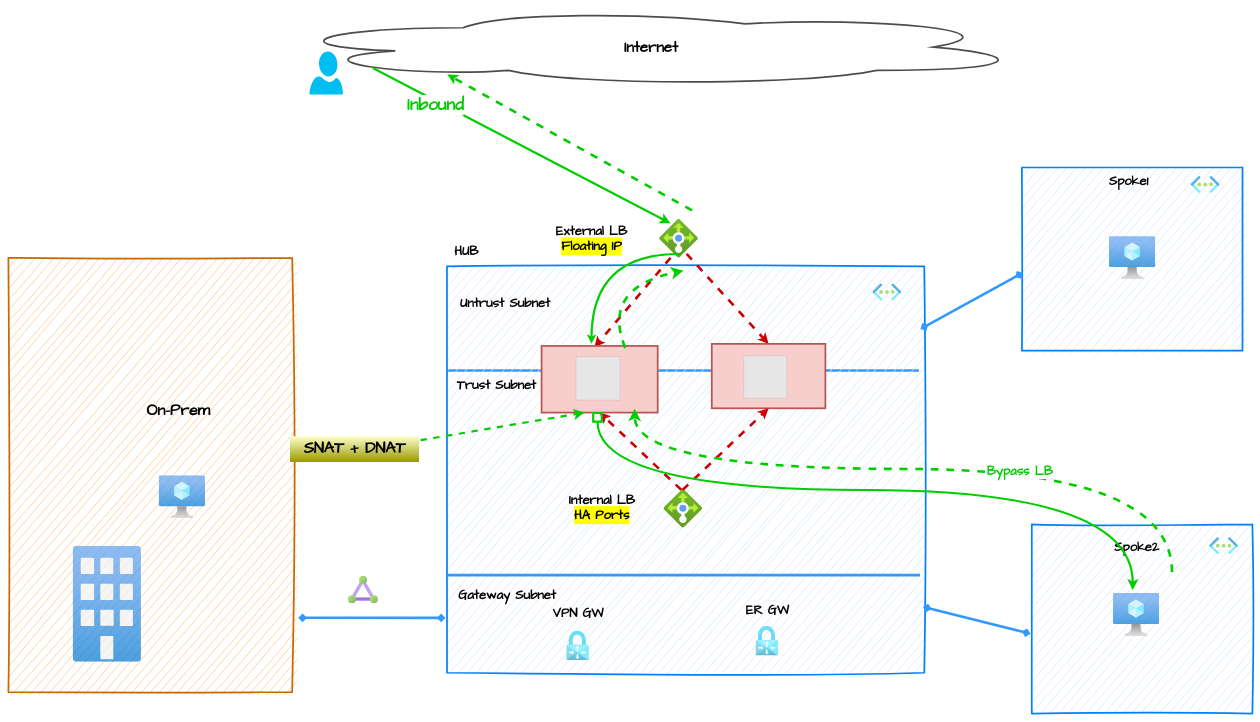
The draw.io diagram diagrams/NVA-ha.drawio in nehalineogi/azure-networking, before the edit. Source tidied: cells renumbered, new cells numbered last; positions are measured from the earlier drawing's top-left corner, leaving out a move shared by most shapes. Both pictures are drawn from the tidied source at 43%, with x=0, y=0 at pixel (8, 8). Pictures stored in the file or linked from it are replaced by grey dashed boxes.
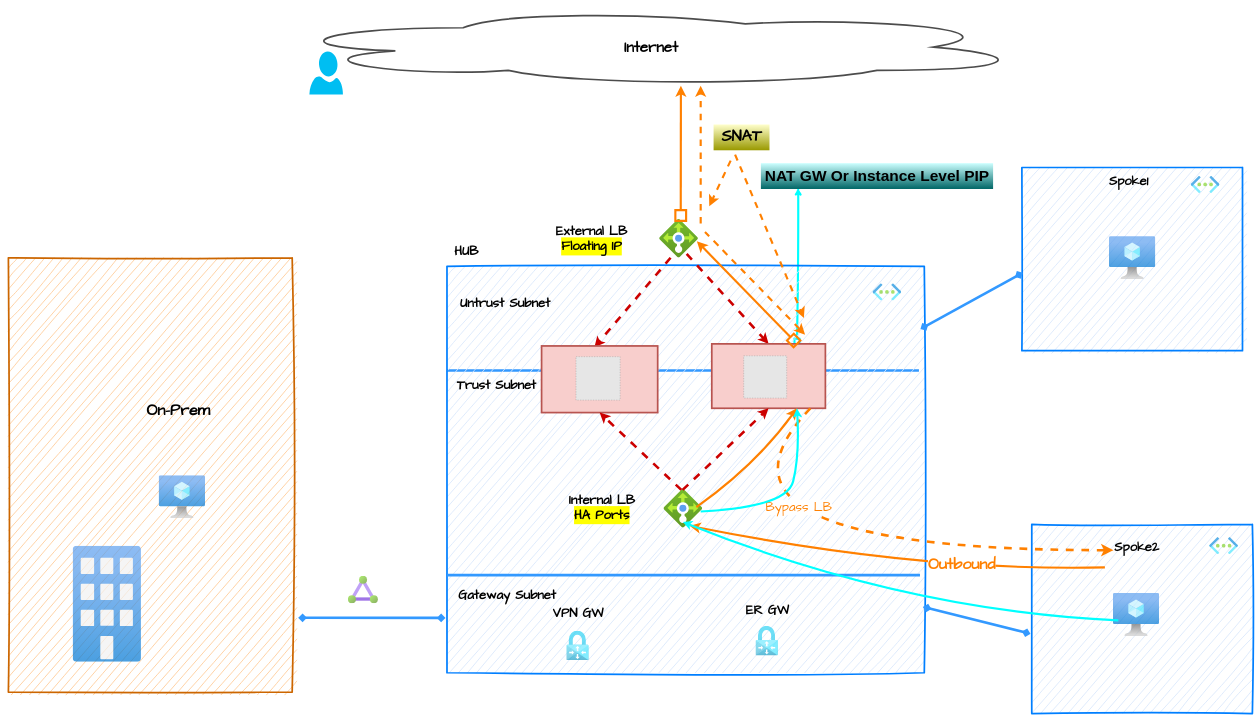
The same page after the edit.

The change refers to these unchanged cells:
```xml
<mxCell id="10" style="html=1;points=[];align=center;image;fontSize=12;image=img/lib/azure2/compute/Virtual_Machine.svg;rounded=0;glass=0;labelBackgroundColor=default;sketch=0;fillStyle=hachure;strokeWidth=0;fontFamily=Comic Sans MS;fontColor=#000000;fillColor=none;opacity=70;labelBorderColor=#000000;strokeColor=#000000;" parent="3" vertex="1">
  <mxGeometry x="2569" y="1360" width="107.8" height="100" as="geometry" />
</mxCell>
<mxCell id="20" value="&lt;font size=&quot;1&quot; style=&quot;&quot;&gt;&lt;b style=&quot;font-size: 35px;&quot;&gt;Internet&lt;/b&gt;&lt;/font&gt;" style="ellipse;shape=cloud;whiteSpace=wrap;html=1;rounded=0;glass=0;labelBackgroundColor=default;sketch=0;fillStyle=auto;strokeColor=#000000;strokeWidth=4;fontFamily=Comic Sans MS;fontSize=25;fontColor=#000000;fillColor=none;gradientColor=none;opacity=70;labelBorderColor=none;" parent="3" vertex="1">
  <mxGeometry x="620" width="1750" height="180" as="geometry" />
</mxCell>
<mxCell id="36" style="whiteSpace=wrap;html=1;labelBackgroundColor=none;labelBorderColor=none;fillStyle=auto;strokeColor=#b85450;strokeWidth=4;fontFamily=Comic Sans MS;fontSize=30;fillColor=#f8cecc;" parent="35" vertex="1">
  <mxGeometry x="1635.8" y="780.2" width="264.2" height="149.8" as="geometry" />
</mxCell>
<mxCell id="38" style="html=1;points=[];align=center;image;fontSize=12;image=img/lib/azure2/networking/Load_Balancers.svg;rounded=0;shadow=0;labelBackgroundColor=none;labelBorderColor=none;sketch=1;fillWeight=-1;hachureGap=-1;hachureAngle=-41;jiggle=2;disableMultiStroke=1;disableMultiStrokeFill=1;fillStyle=auto;curveFitting=1;sketchStyle=rough;strokeColor=#6c8ebf;strokeWidth=3;fontFamily=Comic Sans MS;fontColor=rgb(0, 0, 0);fillColor=#A9C4EB;" parent="35" vertex="1">
  <mxGeometry x="1524" y="1118" width="90" height="90" as="geometry" />
</mxCell>
<mxCell id="39" style="html=1;points=[];align=center;image;fontSize=12;image=img/lib/azure2/networking/Load_Balancers.svg;rounded=0;shadow=0;labelBackgroundColor=none;labelBorderColor=none;sketch=1;fillWeight=-1;hachureGap=-1;hachureAngle=-41;jiggle=2;disableMultiStroke=1;disableMultiStrokeFill=1;fillStyle=auto;curveFitting=1;sketchStyle=rough;strokeColor=#6c8ebf;strokeWidth=3;fontFamily=Comic Sans MS;fontColor=rgb(0, 0, 0);fillColor=#A9C4EB;" parent="35" vertex="1">
  <mxGeometry x="1514" y="490" width="90" height="90" as="geometry" />
</mxCell>
```

What changed in the source:
```diff
@@
-    <mxCell id="2" style="html=1;align=center;image;fontSize=12;image=img/lib/azure2/networking/ExpressRoute_Circuits.svg;rounded=0;glass=0;labelBackgroundColor=#66B2FF;sketch=1;fillStyle=hachure;fontFamily=Comic Sans MS;fontColor=#000000;opacity=70;" parent="1" vertex="1">
-      <mxGeometry x="790" y="1320" width="70" height="64" as="geometry" />
-    </mxCell>
+    <mxCell id="58" style="edgeStyle=none;sketch=1;hachureGap=4;jiggle=2;curveFitting=1;html=1;exitX=0.75;exitY=0;exitDx=0;exitDy=0;entryX=0.161;entryY=0.937;entryDx=0;entryDy=0;entryPerimeter=0;fontFamily=Helvetica;fontSize=36;startArrow=box;startFill=0;strokeColor=#00FFFF;strokeWidth=5;disableMultiStroke=1;" parent="1" edge="1" source="36" target="72">
+      <mxGeometry relative="1" as="geometry" />
+    </mxCell>
@@
+    <mxCell id="2" style="html=1;align=center;image;fontSize=12;image=img/lib/azure2/networking/ExpressRoute_Circuits.svg;rounded=0;glass=0;labelBackgroundColor=#66B2FF;sketch=1;fillStyle=hachure;fontFamily=Comic Sans MS;fontColor=#000000;opacity=70;" parent="3" vertex="1">
+      <mxGeometry x="790" y="1320" width="70" height="64" as="geometry" />
+    </mxCell>
@@
-    <mxCell id="46" parent="0" />
-    <mxCell id="47" style="edgeStyle=orthogonalEdgeStyle;curved=1;jettySize=auto;html=1;exitX=0.507;exitY=0.901;exitDx=0;exitDy=0;strokeColor=#00CC00;strokeWidth=5;fontFamily=Comic Sans MS;fontSize=30;fontColor=#000000;endArrow=classic;endFill=1;exitPerimeter=0;" parent="46" edge="1" source="39">
-      <mxGeometry relative="1" as="geometry">
-        <mxPoint x="1356" y="780" as="targetPoint" />
-      </mxGeometry>
-    </mxCell>
-    <mxCell id="48" style="edgeStyle=orthogonalEdgeStyle;orthogonalLoop=1;jettySize=auto;html=1;entryX=0.75;entryY=1;entryDx=0;entryDy=0;dashed=1;strokeColor=#00CC00;strokeWidth=6;fontFamily=Comic Sans MS;fontSize=30;fontColor=#000000;startArrow=none;startFill=0;endArrow=classic;endFill=1;endSize=10;sourcePerimeterSpacing=24;targetPerimeterSpacing=12;curved=1;flowAnimation=0;" parent="46" edge="1">
-      <mxGeometry relative="1" as="geometry">
-        <mxPoint x="2706" y="1311" as="sourcePoint" />
-        <mxPoint x="1456.5" y="931" as="targetPoint" />
-        <Array as="points">
-          <mxPoint x="2706" y="1071" />
-          <mxPoint x="1457" y="1071" />
-        </Array>
-      </mxGeometry>
-    </mxCell>
+    <mxCell id="59" parent="0" />
+    <mxCell id="60" style="jettySize=auto;html=1;entryX=0.67;entryY=0.949;entryDx=0;entryDy=0;entryPerimeter=0;strokeColor=#FF8000;strokeWidth=5;fontFamily=Comic Sans MS;fontSize=37;fontColor=#00CC00;startArrow=none;startFill=0;endArrow=classic;endFill=1;endSize=10;sourcePerimeterSpacing=12;targetPerimeterSpacing=24;curved=1;" parent="59" edge="1" target="38">
+      <mxGeometry relative="1" as="geometry">
+        <mxPoint x="2550" y="1300" as="sourcePoint" />
+        <Array as="points">
+          <mxPoint x="2120" y="1310" />
+        </Array>
+      </mxGeometry>
+    </mxCell>
+    <mxCell id="61" value="Outbound" style="edgeLabel;html=1;align=center;verticalAlign=middle;fontSize=37;fontFamily=Comic Sans MS;fontColor=#FF8000;fontStyle=1;" parent="60" vertex="1">
+      <mxGeometry x="-0.32" y="-14" relative="1" as="geometry">
+        <mxPoint x="-1" as="offset" />
+      </mxGeometry>
+    </mxCell>
+    <mxCell id="62" style="edgeStyle=none;curved=1;jettySize=auto;html=1;exitX=0.844;exitY=0.467;exitDx=0;exitDy=0;entryX=0.75;entryY=1;entryDx=0;entryDy=0;strokeColor=#FF8000;strokeWidth=5;fontFamily=Comic Sans MS;fontSize=37;fontColor=#00CC00;startArrow=none;startFill=0;endArrow=classic;endFill=1;endSize=10;sourcePerimeterSpacing=12;targetPerimeterSpacing=24;exitPerimeter=0;" parent="59" edge="1" source="38" target="36">
+      <mxGeometry relative="1" as="geometry">
+        <Array as="points">
+          <mxPoint x="1740" y="1060" />
+        </Array>
+      </mxGeometry>
+    </mxCell>
+    <mxCell id="63" style="edgeStyle=none;curved=1;jettySize=auto;html=1;exitX=0.75;exitY=0;exitDx=0;exitDy=0;entryX=0.968;entryY=0.571;entryDx=0;entryDy=0;entryPerimeter=0;strokeColor=#FF8000;strokeWidth=5;fontFamily=Comic Sans MS;fontSize=37;fontColor=#00CC00;startArrow=box;startFill=0;endArrow=classic;endFill=1;endSize=10;sourcePerimeterSpacing=20;targetPerimeterSpacing=24;startSize=16;" parent="59" edge="1" source="36" target="39">
+      <mxGeometry relative="1" as="geometry" />
+    </mxCell>
+    <mxCell id="64" style="edgeStyle=none;curved=1;jettySize=auto;html=1;exitX=0.551;exitY=0.046;exitDx=0;exitDy=0;strokeColor=#FF8000;strokeWidth=5;fontFamily=Comic Sans MS;fontSize=37;fontColor=#00CC00;startArrow=box;startFill=0;endArrow=classic;endFill=1;endSize=10;sourcePerimeterSpacing=12;targetPerimeterSpacing=24;exitPerimeter=0;startSize=19;" parent="59" edge="1" source="39">
+      <mxGeometry relative="1" as="geometry">
+        <mxPoint x="1564" y="180" as="targetPoint" />
+      </mxGeometry>
+    </mxCell>
+    <mxCell id="65" style="edgeStyle=none;curved=1;orthogonalLoop=1;jettySize=auto;html=1;strokeColor=#FF8000;strokeWidth=5;fontFamily=Comic Sans MS;fontSize=37;fontColor=#00CC00;startArrow=none;startFill=0;endArrow=classic;endFill=1;endSize=10;sourcePerimeterSpacing=12;targetPerimeterSpacing=24;dashed=1;" parent="59" edge="1">
+      <mxGeometry relative="1" as="geometry">
+        <mxPoint x="1610" y="500" as="sourcePoint" />
+        <mxPoint x="1610" y="180" as="targetPoint" />
+      </mxGeometry>
+    </mxCell>
+    <mxCell id="66" style="edgeStyle=none;curved=1;orthogonalLoop=1;jettySize=auto;html=1;exitX=0.75;exitY=0;exitDx=0;exitDy=0;entryX=0.968;entryY=0.571;entryDx=0;entryDy=0;entryPerimeter=0;strokeColor=#FF8000;strokeWidth=5;fontFamily=Comic Sans MS;fontSize=37;fontColor=#00CC00;startArrow=none;startFill=0;endArrow=classic;endFill=1;endSize=10;sourcePerimeterSpacing=24;targetPerimeterSpacing=12;dashed=1;" parent="59" edge="1">
+      <mxGeometry relative="1" as="geometry">
+        <mxPoint x="1620" y="520" as="sourcePoint" />
+        <mxPoint x="1852.8" y="758.8" as="targetPoint" />
+      </mxGeometry>
+    </mxCell>
+    <mxCell id="67" style="edgeStyle=none;curved=1;orthogonalLoop=1;jettySize=auto;html=1;strokeColor=#FF8000;strokeWidth=6;fontFamily=Comic Sans MS;fontSize=37;fontColor=#00CC00;startArrow=none;startFill=0;endArrow=classic;endFill=1;endSize=10;sourcePerimeterSpacing=24;targetPerimeterSpacing=12;dashed=1;" parent="59" edge="1">
+      <mxGeometry relative="1" as="geometry">
+        <mxPoint x="1865" y="930" as="sourcePoint" />
+        <mxPoint x="2570" y="1260" as="targetPoint" />
+        <Array as="points">
+          <mxPoint x="1550" y="1260" />
+        </Array>
+      </mxGeometry>
+    </mxCell>
-    <mxCell id="49" value="&lt;font color=&quot;#00cc00&quot;&gt;&lt;b&gt;Bypass LB&lt;/b&gt;&lt;/font&gt;" style="edgeLabel;html=1;align=center;verticalAlign=middle;fontSize=30;fontFamily=Comic Sans MS;fontColor=#FF8000;" parent="48" vertex="1">
-      <mxGeometry x="-0.27" y="4" relative="1" as="geometry" />
+    <mxCell id="49" value="Bypass LB" style="edgeLabel;html=1;align=center;verticalAlign=middle;fontSize=30;fontFamily=Comic Sans MS;fontColor=#FF8000;" parent="67" vertex="1">
+      <mxGeometry x="0.01" y="101" relative="1" as="geometry">
+        <mxPoint x="-1" as="offset" />
+      </mxGeometry>
     </mxCell>
-    <mxCell id="50" style="orthogonalLoop=1;jettySize=auto;html=1;exitX=0.617;exitY=0.031;exitDx=0;exitDy=0;dashed=1;strokeColor=#00CC00;strokeWidth=6;fontFamily=Comic Sans MS;fontSize=30;fontColor=#000000;startArrow=none;startFill=0;endArrow=classic;endFill=1;endSize=10;sourcePerimeterSpacing=24;targetPerimeterSpacing=12;curved=1;exitPerimeter=0;flowAnimation=1;" parent="46" edge="1">
-      <mxGeometry relative="1" as="geometry">
-        <mxPoint x="1434.6" y="789.8" as="sourcePoint" />
-        <mxPoint x="1570" y="610" as="targetPoint" />
-        <Array as="points">
-          <mxPoint x="1378" y="650" />
-        </Array>
-      </mxGeometry>
-    </mxCell>
-    <mxCell id="51" style="edgeStyle=orthogonalEdgeStyle;curved=1;orthogonalLoop=1;jettySize=auto;html=1;entryX=0.651;entryY=0.03;entryDx=0;entryDy=0;entryPerimeter=0;strokeColor=#00CC00;strokeWidth=5;fontFamily=Comic Sans MS;fontSize=30;fontColor=#000000;endArrow=classic;endFill=1;startArrow=box;startFill=0;targetPerimeterSpacing=24;sourcePerimeterSpacing=12;endSize=10;startSize=14;" parent="46" edge="1">
-      <mxGeometry relative="1" as="geometry">
-        <mxPoint x="1370" y="941" as="sourcePoint" />
-        <mxPoint x="2614.9" y="1352.9" as="targetPoint" />
-        <Array as="points">
-          <mxPoint x="1370" y="1120" />
-          <mxPoint x="2615" y="1120" />
-        </Array>
-      </mxGeometry>
-    </mxCell>
-    <mxCell id="52" style="edgeStyle=none;curved=1;orthogonalLoop=1;jettySize=auto;html=1;dashed=1;strokeColor=#00CC00;strokeWidth=5;fontFamily=Comic Sans MS;fontSize=30;fontColor=#000000;startArrow=none;startFill=0;endArrow=classic;endFill=1;endSize=10;sourcePerimeterSpacing=24;targetPerimeterSpacing=12;" parent="46" edge="1">
-      <mxGeometry relative="1" as="geometry">
-        <mxPoint x="870" y="1019" as="sourcePoint" />
-        <mxPoint x="1340" y="940" as="targetPoint" />
-      </mxGeometry>
-    </mxCell>
-    <mxCell id="53" value="&lt;b style=&quot;font-size: 37px;&quot;&gt;SNAT + DNAT&lt;/b&gt;" style="text;html=1;align=center;verticalAlign=middle;strokeColor=none;fillColor=#FFFFCC;fontSize=37;fontFamily=Comic Sans MS;fontColor=#000000;shadow=0;gradientColor=#999900;comic=0;fillStyle=solid;" parent="46" vertex="1">
-      <mxGeometry x="655" y="995" width="300" height="60" as="geometry" />
-    </mxCell>
-    <mxCell id="54" style="edgeStyle=none;rounded=1;jettySize=auto;html=1;exitX=0.13;exitY=0.77;exitDx=0;exitDy=0;exitPerimeter=0;strokeColor=#00CC00;strokeWidth=5;fontFamily=Comic Sans MS;fontSize=30;fontColor=#000000;startArrow=none;startFill=0;endArrow=classic;endFill=1;sourcePerimeterSpacing=12;targetPerimeterSpacing=24;endSize=10;" parent="46" edge="1" source="20">
-      <mxGeometry relative="1" as="geometry">
-        <mxPoint x="1540" y="500" as="targetPoint" />
-      </mxGeometry>
-    </mxCell>
-    <mxCell id="55" value="&lt;font size=&quot;1&quot; style=&quot;&quot; color=&quot;#00cc00&quot;&gt;&lt;b style=&quot;font-size: 40px;&quot;&gt;Inbound&lt;/b&gt;&lt;/font&gt;" style="edgeLabel;html=1;align=center;verticalAlign=middle;fontSize=15;fontFamily=Comic Sans MS;fontColor=#FF8000;" parent="54" vertex="1">
-      <mxGeometry x="-0.57" y="-9" relative="1" as="geometry" />
-    </mxCell>
-    <mxCell id="56" style="edgeStyle=none;rounded=1;jettySize=auto;html=1;exitX=0.229;exitY=0.853;exitDx=0;exitDy=0;exitPerimeter=0;dashed=1;strokeColor=#00CC00;strokeWidth=6;fontFamily=Comic Sans MS;fontSize=30;fontColor=#000000;startArrow=none;startFill=0;endArrow=classic;endFill=1;sourcePerimeterSpacing=24;targetPerimeterSpacing=20;entryX=0.229;entryY=0.853;entryDx=0;entryDy=0;entryPerimeter=0;" parent="46" edge="1" target="20">
-      <mxGeometry relative="1" as="geometry">
-        <mxPoint x="1590" y="470" as="sourcePoint" />
-      </mxGeometry>
-    </mxCell>
+    <mxCell id="68" value="&lt;b style=&quot;font-size: 37px;&quot;&gt;SNAT&lt;/b&gt;" style="text;html=1;align=center;verticalAlign=middle;points=[];strokeColor=none;fillColor=#FFFFCC;fontSize=37;fontFamily=Comic Sans MS;fontColor=#000000;shadow=0;gradientColor=#999900;comic=0;fillStyle=solid;" parent="59" vertex="1">
+      <mxGeometry x="1640" y="270" width="130" height="60" as="geometry" />
+    </mxCell>
+    <mxCell id="69" style="edgeStyle=none;curved=1;jettySize=auto;html=1;dashed=1;strokeColor=#FF8000;strokeWidth=5;fontFamily=Comic Sans MS;fontSize=30;fontColor=#000000;startArrow=none;startFill=0;endArrow=classic;endFill=1;endSize=10;sourcePerimeterSpacing=24;targetPerimeterSpacing=12;" parent="59" edge="1" source="68">
+      <mxGeometry relative="1" as="geometry">
+        <mxPoint x="1630" y="460" as="targetPoint" />
+      </mxGeometry>
+    </mxCell>
+    <mxCell id="70" style="edgeStyle=none;curved=1;orthogonalLoop=1;jettySize=auto;html=1;dashed=1;strokeColor=#FF8000;strokeWidth=5;fontFamily=Comic Sans MS;fontSize=30;fontColor=#000000;startArrow=none;startFill=0;endArrow=classic;endFill=1;endSize=10;sourcePerimeterSpacing=24;targetPerimeterSpacing=12;" parent="59" edge="1">
+      <mxGeometry relative="1" as="geometry">
+        <mxPoint x="1690" y="340" as="sourcePoint" />
+        <mxPoint x="1850" y="720" as="targetPoint" />
+      </mxGeometry>
+    </mxCell>
+    <mxCell id="71" parent="0" />
+    <mxCell id="72" value="&lt;font color=&quot;#000000&quot; style=&quot;font-size: 36px;&quot;&gt;&lt;span style=&quot;font-size: 36px;&quot;&gt;NAT GW Or Instance Level PIP&lt;/span&gt;&lt;/font&gt;" style="text;html=1;align=center;verticalAlign=middle;points=[];strokeColor=none;fillColor=#CCFFFF;fontSize=36;fontStyle=1;labelBorderColor=none;gradientColor=#006666;" parent="71" vertex="1">
+      <mxGeometry x="1750" y="360" width="540" height="60" as="geometry" />
+    </mxCell>
+    <mxCell id="73" style="edgeStyle=none;curved=1;jettySize=auto;html=1;strokeColor=#00FFFF;strokeWidth=5;fontSize=36;startArrow=none;startFill=0;entryX=0.496;entryY=0.849;entryDx=0;entryDy=0;entryPerimeter=0;exitX=0.114;exitY=0.632;exitDx=0;exitDy=0;exitPerimeter=0;" parent="71" edge="1" source="10" target="38">
+      <mxGeometry relative="1" as="geometry">
+        <Array as="points">
+          <mxPoint x="2080" y="1400" />
+        </Array>
+      </mxGeometry>
+    </mxCell>
+    <mxCell id="74" style="edgeStyle=none;curved=1;jettySize=auto;html=1;exitX=1;exitY=0.75;exitDx=0;exitDy=0;strokeColor=#00FFFF;strokeWidth=5;fontSize=36;startArrow=none;startFill=0;entryX=0.75;entryY=1;entryDx=0;entryDy=0;" parent="71" edge="1" target="36">
+      <mxGeometry relative="1" as="geometry">
+        <mxPoint x="1610" y="1170" as="sourcePoint" />
+        <Array as="points">
+          <mxPoint x="1810" y="1160" />
+          <mxPoint x="1840" y="1040" />
+        </Array>
+      </mxGeometry>
+    </mxCell>
```
